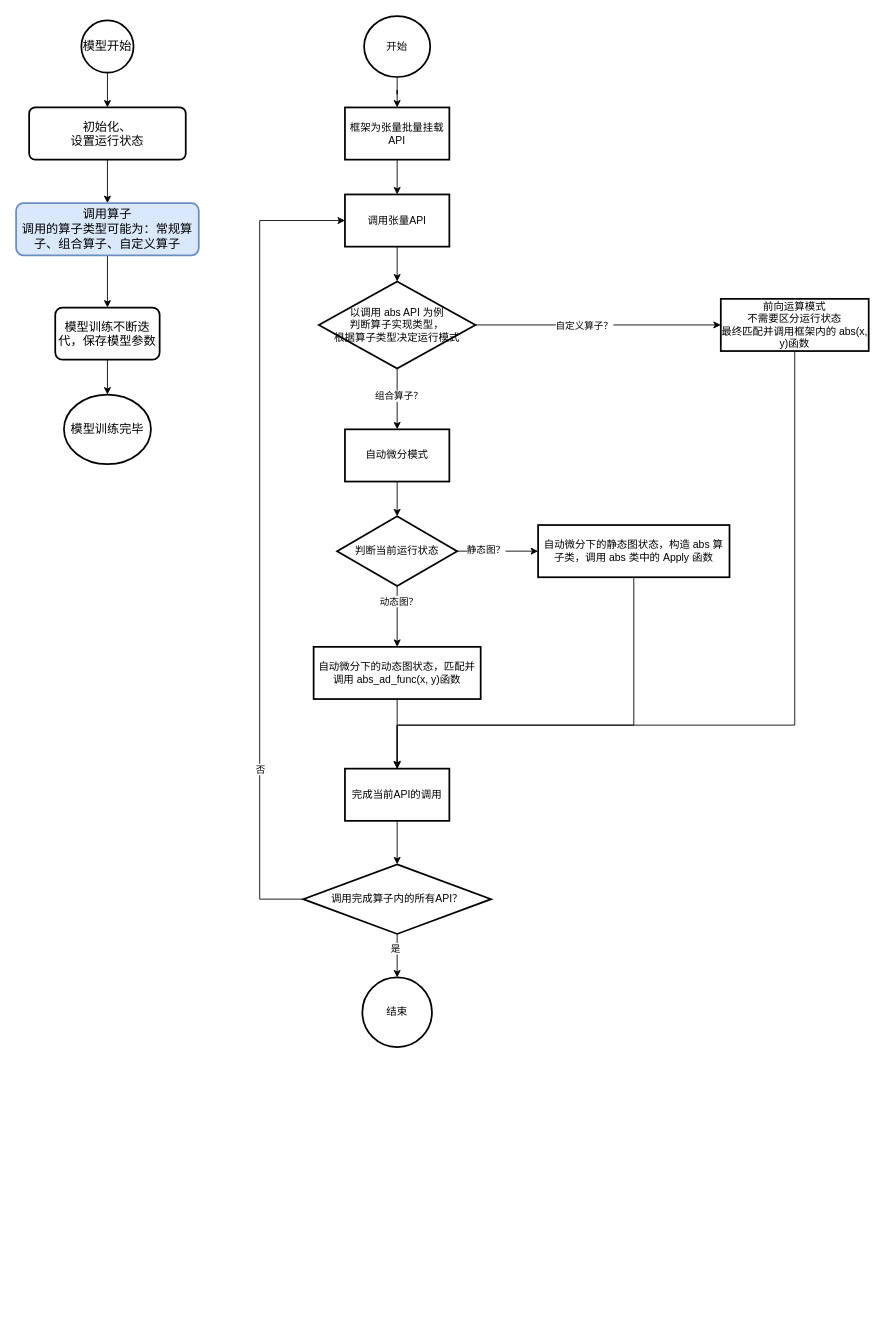
Before: 未命名绘图.drawio in jiahy0825/draw.io, a draw.io diagram. Source tidied: cells renumbered, new cells numbered last; positions are measured from the earlier drawing's top-left corner, leaving out a move shared by most shapes. Both pictures are drawn from the tidied source at 87%, with x=0, y=0 at pixel (16, 16).
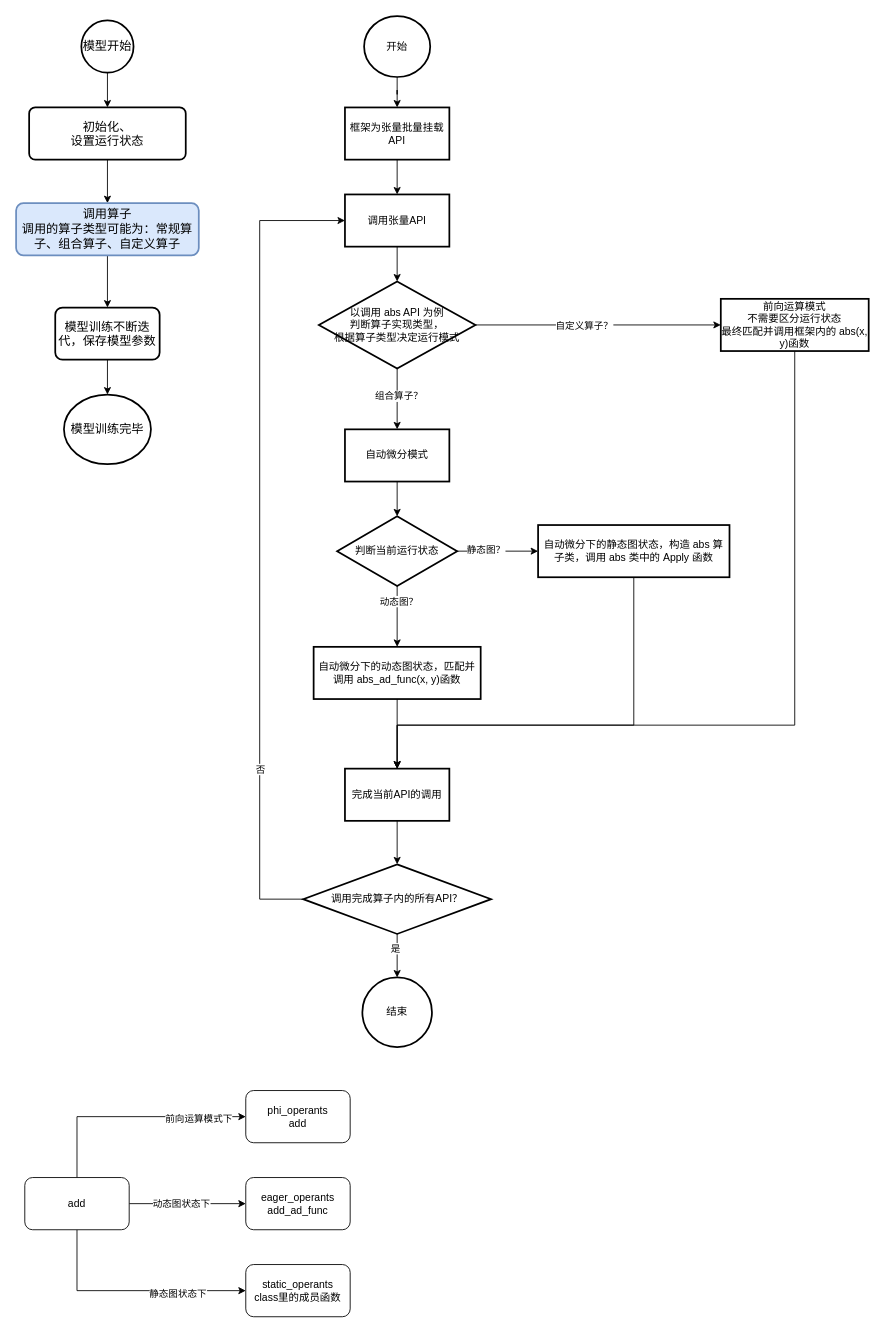
After the change.

Commit message:
更新未命名绘图.drawio

What changed in the source:
```diff
@@
+    <mxCell id="43" style="edgeStyle=orthogonalEdgeStyle;rounded=0;jettySize=auto;html=1;" parent="1" edge="1" source="49" target="50">
+      <mxGeometry relative="1" as="geometry" />
+    </mxCell>
+    <mxCell id="44" value="动态图状态下" style="edgeLabel;html=1;align=center;verticalAlign=middle;" parent="43" vertex="1">
+      <mxGeometry x="-0.12" y="2" relative="1" as="geometry">
+        <mxPoint y="1" as="offset" />
+      </mxGeometry>
+    </mxCell>
+    <mxCell id="45" style="edgeStyle=orthogonalEdgeStyle;rounded=0;jettySize=auto;html=1;exitX=0.5;exitY=1;exitDx=0;exitDy=0;entryX=0;entryY=0.5;entryDx=0;entryDy=0;" parent="1" edge="1" source="49" target="51">
+      <mxGeometry relative="1" as="geometry" />
+    </mxCell>
+    <mxCell id="46" value="静态图状态下" style="edgeLabel;html=1;align=center;verticalAlign=middle;" parent="45" vertex="1">
+      <mxGeometry x="0.4" y="-2" relative="1" as="geometry">
+        <mxPoint y="1" as="offset" />
+      </mxGeometry>
+    </mxCell>
+    <mxCell id="47" style="edgeStyle=orthogonalEdgeStyle;rounded=0;jettySize=auto;html=1;exitX=0.5;exitY=0;exitDx=0;exitDy=0;entryX=0;entryY=0.5;entryDx=0;entryDy=0;" parent="1" edge="1" source="49" target="52">
+      <mxGeometry relative="1" as="geometry" />
+    </mxCell>
+    <mxCell id="48" value="前向运算模式下" style="edgeLabel;html=1;align=center;verticalAlign=middle;" parent="47" vertex="1">
+      <mxGeometry x="0.58" y="-1" relative="1" as="geometry">
+        <mxPoint y="1" as="offset" />
+      </mxGeometry>
+    </mxCell>
+    <mxCell id="49" value="add" style="rounded=1;whiteSpace=wrap;html=1;" parent="1" vertex="1">
+      <mxGeometry x="10" y="1335" width="120" height="60" as="geometry" />
+    </mxCell>
+    <mxCell id="50" value="eager_operants&lt;br&gt;add_ad_func" style="whiteSpace=wrap;html=1;rounded=1;" parent="1" vertex="1">
+      <mxGeometry x="264" y="1335" width="120" height="60" as="geometry" />
+    </mxCell>
+    <mxCell id="51" value="static_operants&lt;br&gt;class里的成员函数" style="whiteSpace=wrap;html=1;rounded=1;" parent="1" vertex="1">
+      <mxGeometry x="264" y="1435" width="120" height="60" as="geometry" />
+    </mxCell>
+    <mxCell id="52" value="phi_operants&lt;br&gt;add" style="whiteSpace=wrap;html=1;rounded=1;" parent="1" vertex="1">
+      <mxGeometry x="264" y="1235" width="120" height="60" as="geometry" />
+    </mxCell>
```
